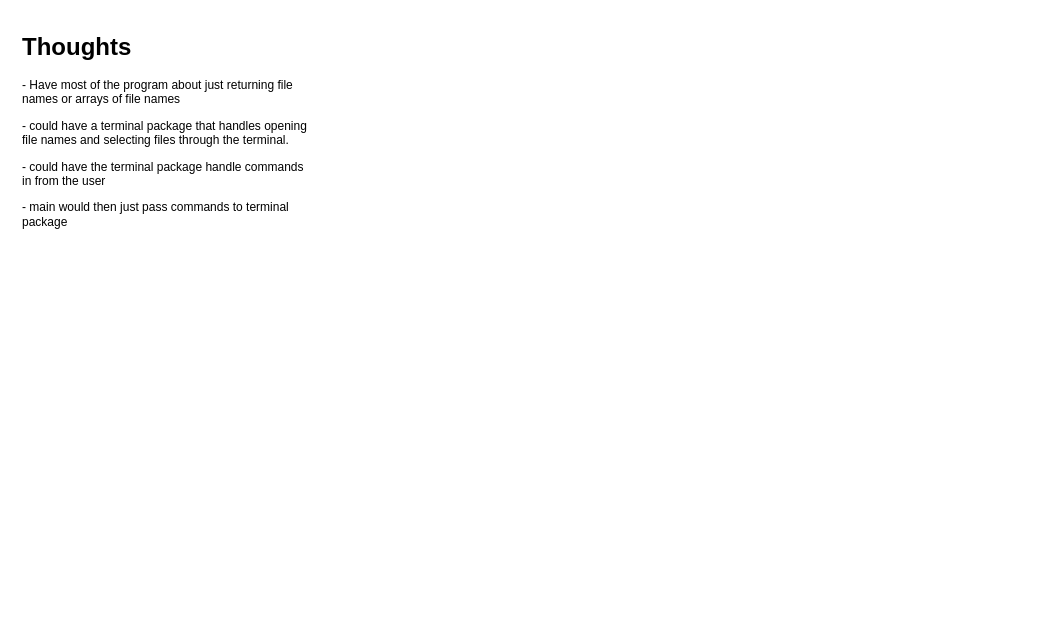
Above: documentation/archiecture.drawio in BillyLuisNeedham/cli-notes (draw.io), before the change. Source tidied: cells renumbered, new cells numbered last; positions are measured from the earlier drawing's top-left corner, leaving out a move shared by most shapes. Both pictures are drawn from the tidied source at 100%, with x=0, y=0 at pixel (17, 27).
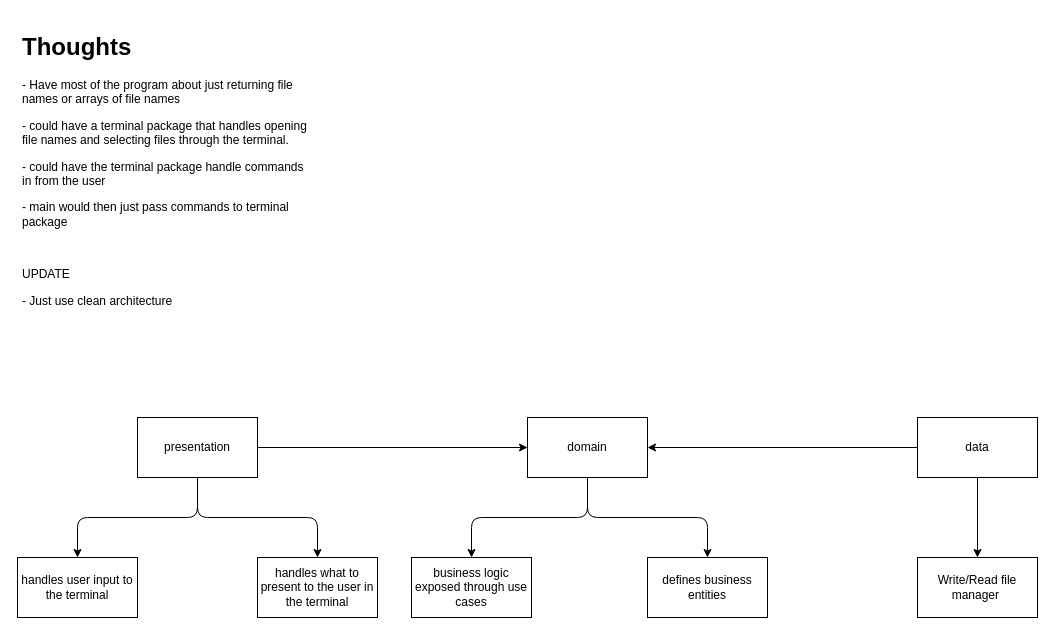
The same diagram, later.

Commit message:
chore: add to archietcture diagram

The edit, as a diff of the source:
```diff
@@
 <mxGraphModel>
   <root>
     <mxCell id="0" />
     <mxCell id="1" parent="0" />
-    <mxCell id="2" value="&lt;h1&gt;Thoughts&lt;/h1&gt;&lt;p&gt;- Have most of the program about just returning file names or arrays of file names&lt;/p&gt;&lt;p&gt;- could have a terminal package that handles opening file names and selecting files through the terminal.&lt;/p&gt;&lt;p&gt;- could have the terminal package handle commands in from the user&lt;/p&gt;&lt;p&gt;- main would then just pass commands to terminal package&lt;/p&gt;" style="text;html=1;strokeColor=none;fillColor=none;spacing=5;spacingTop=-20;whiteSpace=wrap;overflow=hidden;rounded=0;" parent="1" vertex="1">
+    <mxCell id="2" value="&lt;h1&gt;Thoughts&lt;/h1&gt;&lt;p&gt;- Have most of the program about just returning file names or arrays of file names&lt;/p&gt;&lt;p&gt;- could have a terminal package that handles opening file names and selecting files through the terminal.&lt;/p&gt;&lt;p&gt;- could have the terminal package handle commands in from the user&lt;/p&gt;&lt;p&gt;- main would then just pass commands to terminal package&lt;/p&gt;&lt;p&gt;&lt;br&gt;&lt;/p&gt;&lt;p&gt;UPDATE&lt;/p&gt;&lt;p&gt;- Just use clean architecture&amp;nbsp;&lt;/p&gt;" style="text;html=1;strokeColor=none;fillColor=none;spacing=5;spacingTop=-20;whiteSpace=wrap;overflow=hidden;rounded=0;" parent="1" vertex="1">
       <mxGeometry width="300" height="320" as="geometry" />
     </mxCell>
+    <mxCell id="3" value="Write/Read file manager&amp;nbsp;" style="whiteSpace=wrap;html=1;" parent="1" vertex="1">
+      <mxGeometry x="900" y="530" width="120" height="60" as="geometry" />
+    </mxCell>
+    <mxCell id="4" style="edgeStyle=orthogonalEdgeStyle;html=1;" parent="1" edge="1" source="6" target="14">
+      <mxGeometry relative="1" as="geometry" />
+    </mxCell>
+    <mxCell id="5" style="edgeStyle=orthogonalEdgeStyle;html=1;" parent="1" edge="1" source="6" target="17">
+      <mxGeometry relative="1" as="geometry" />
+    </mxCell>
+    <mxCell id="6" value="domain" style="whiteSpace=wrap;html=1;" parent="1" vertex="1">
+      <mxGeometry x="510" y="390" width="120" height="60" as="geometry" />
+    </mxCell>
+    <mxCell id="7" style="edgeStyle=orthogonalEdgeStyle;html=1;" parent="1" edge="1" source="9" target="6">
+      <mxGeometry relative="1" as="geometry" />
+    </mxCell>
+    <mxCell id="8" style="edgeStyle=orthogonalEdgeStyle;html=1;" parent="1" edge="1" source="9" target="3">
+      <mxGeometry relative="1" as="geometry" />
+    </mxCell>
+    <mxCell id="9" value="data" style="whiteSpace=wrap;html=1;" parent="1" vertex="1">
+      <mxGeometry x="900" y="390" width="120" height="60" as="geometry" />
+    </mxCell>
+    <mxCell id="10" style="edgeStyle=orthogonalEdgeStyle;html=1;" parent="1" edge="1" source="13" target="6">
+      <mxGeometry relative="1" as="geometry" />
+    </mxCell>
+    <mxCell id="11" style="edgeStyle=orthogonalEdgeStyle;html=1;" parent="1" edge="1" source="13" target="15">
+      <mxGeometry relative="1" as="geometry" />
+    </mxCell>
+    <mxCell id="12" style="edgeStyle=orthogonalEdgeStyle;html=1;" parent="1" edge="1" source="13" target="16">
+      <mxGeometry relative="1" as="geometry" />
+    </mxCell>
+    <mxCell id="13" value="presentation" style="whiteSpace=wrap;html=1;" parent="1" vertex="1">
+      <mxGeometry x="120" y="390" width="120" height="60" as="geometry" />
+    </mxCell>
+    <mxCell id="14" value="business logic exposed through use cases" style="whiteSpace=wrap;html=1;" parent="1" vertex="1">
+      <mxGeometry x="394" y="530" width="120" height="60" as="geometry" />
+    </mxCell>
+    <mxCell id="15" value="handles user input to the terminal" style="whiteSpace=wrap;html=1;" parent="1" vertex="1">
+      <mxGeometry y="530" width="120" height="60" as="geometry" />
+    </mxCell>
+    <mxCell id="16" value="handles what to present to the user in the terminal" style="whiteSpace=wrap;html=1;" parent="1" vertex="1">
+      <mxGeometry x="240" y="530" width="120" height="60" as="geometry" />
+    </mxCell>
+    <mxCell id="17" value="defines business entities" style="whiteSpace=wrap;html=1;" parent="1" vertex="1">
+      <mxGeometry x="630" y="530" width="120" height="60" as="geometry" />
+    </mxCell>
   </root>
 </mxGraphModel>
```
